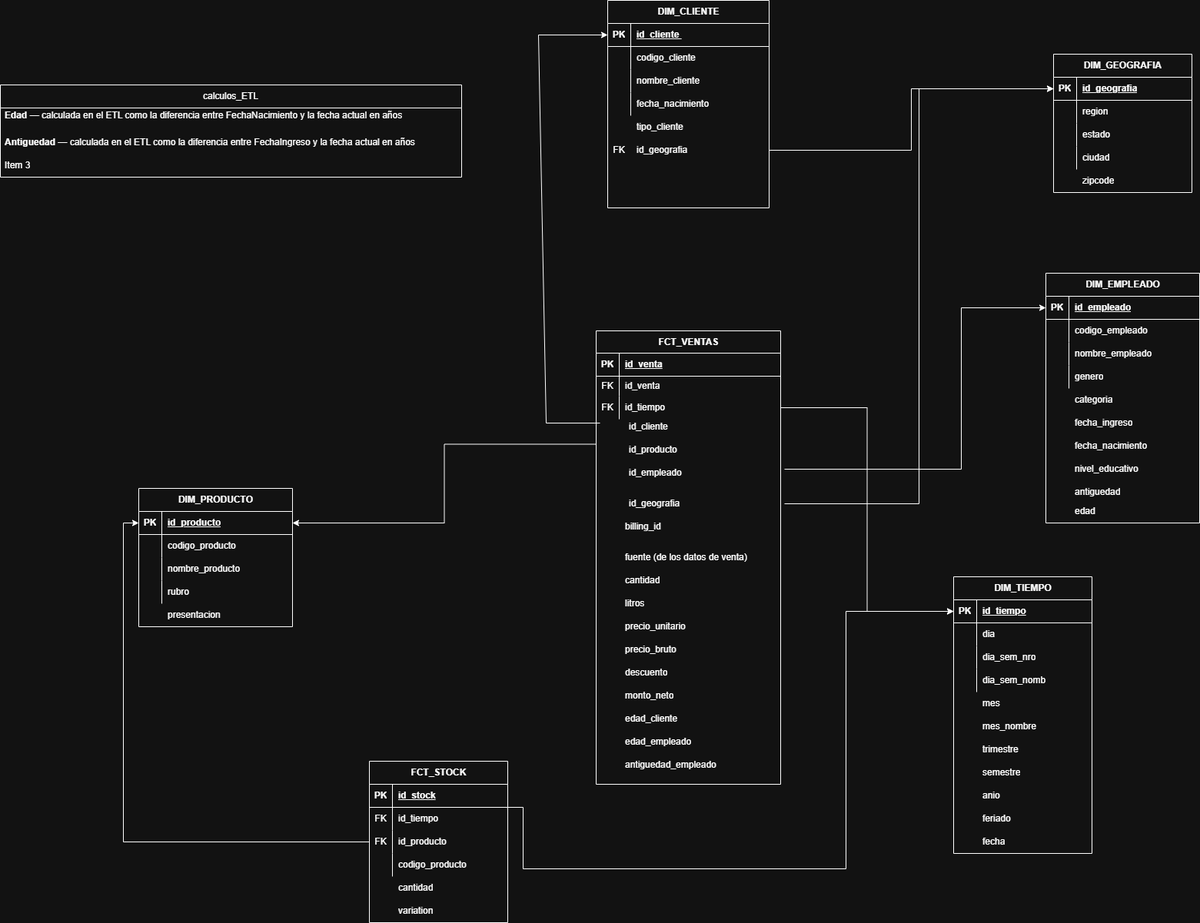
Before: TP/TP_BD2.drawio.png, a diagram exported from draw.io (Ftedp/BBDD2-TUIA). Source tidied: cells renumbered, new cells last; positions are measured from the earlier drawing's top-left corner, leaving out a move shared by most shapes.
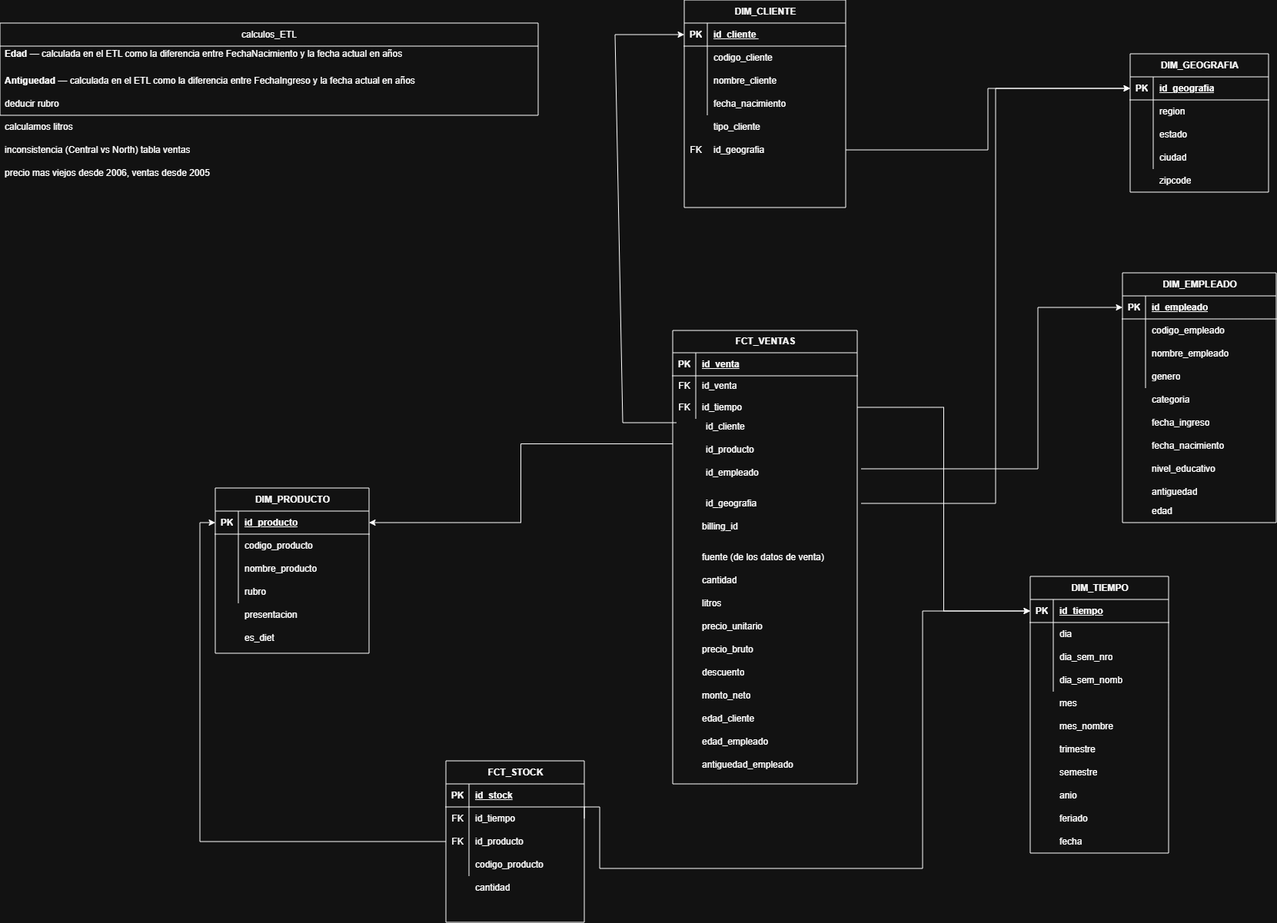
Above is the later version.

The edit, as a diff of the source:
```diff
@@ -153,7 +153,7 @@
       <mxGeometry x="30" width="150" height="30" as="geometry" />
     </mxCell>
     <mxCell id="52" value="DIM_PRODUCTO" style="shape=table;startSize=30;rowLines=0;fontStyle=1;align=center;html=1;" parent="1" vertex="1">
-      <mxGeometry x="180" y="635" width="200" height="180" as="geometry" />
+      <mxGeometry x="180" y="635" width="200" height="215" as="geometry" />
     </mxCell>
     <mxCell id="53" style="shape=tableRow;horizontal=0;startSize=0;swimlaneHead=0;swimlaneBody=0;fillColor=none;points=[[0,0.5],[1,0.5]];portConstraint=eastwest;top=0;left=0;right=0;bottom=1;" parent="52" vertex="1">
       <mxGeometry y="30" width="200" height="30" as="geometry" />
@@ -333,16 +333,16 @@
       <mxGeometry x="1390" y="625" width="170" height="30" as="geometry" />
     </mxCell>
     <mxCell id="112" value="calculos_ETL" style="swimlane;fontStyle=0;horizontal=1;startSize=30;whiteSpace=wrap;html=1;" parent="1" vertex="1">
-      <mxGeometry y="110" width="600" height="120" as="geometry" />
+      <mxGeometry x="-100" y="30" width="700" height="120" as="geometry" />
     </mxCell>
     <mxCell id="113" value="&lt;li class=&quot;whitespace-normal break-words pl-2&quot;&gt;&lt;strong&gt;Edad&lt;/strong&gt; — calculada en el ETL como la diferencia entre FechaNacimiento y la fecha actual en años&lt;/li&gt;&lt;br/&gt;&lt;li class=&quot;whitespace-normal break-words pl-2&quot;&gt;&lt;strong&gt;Antiguedad&lt;/strong&gt; — calculada en el ETL como la diferencia entre FechaIngreso y la fecha actual en años&lt;/li&gt;" style="text;strokeColor=none;fillColor=none;align=left;verticalAlign=middle;spacingLeft=4;spacingRight=4;overflow=hidden;whiteSpace=wrap;html=1;" parent="112" vertex="1">
-      <mxGeometry y="30" width="600" height="30" as="geometry" />
+      <mxGeometry y="30" width="700" height="30" as="geometry" />
     </mxCell>
     <mxCell id="114" value="&lt;strong&gt;Antiguedad&lt;/strong&gt; — calculada en el ETL como la diferencia entre FechaIngreso y la fecha actual en años" style="text;strokeColor=none;fillColor=none;align=left;verticalAlign=middle;spacingLeft=4;spacingRight=4;overflow=hidden;whiteSpace=wrap;html=1;" parent="112" vertex="1">
-      <mxGeometry y="60" width="600" height="30" as="geometry" />
+      <mxGeometry y="60" width="700" height="30" as="geometry" />
     </mxCell>
-    <mxCell id="115" value="Item 3" style="text;strokeColor=none;fillColor=none;align=left;verticalAlign=middle;spacingLeft=4;spacingRight=4;overflow=hidden;whiteSpace=wrap;html=1;" parent="112" vertex="1">
-      <mxGeometry y="90" width="600" height="30" as="geometry" />
+    <mxCell id="115" value="deducir rubro" style="text;strokeColor=none;fillColor=none;align=left;verticalAlign=middle;spacingLeft=4;spacingRight=4;overflow=hidden;whiteSpace=wrap;html=1;" parent="112" vertex="1">
+      <mxGeometry y="90" width="700" height="30" as="geometry" />
     </mxCell>
     <mxCell id="116" style="shape=tableRow;horizontal=0;startSize=0;swimlaneHead=0;swimlaneBody=0;fillColor=none;top=0;left=0;right=0;bottom=0;" parent="1" vertex="1">
       <mxGeometry x="810" y="510" width="240" height="30" as="geometry" />
@@ -376,9 +376,6 @@
         </Array>
       </mxGeometry>
     </mxCell>
-    <mxCell id="124" value="cantidad" style="shape=partialRectangle;fillColor=none;top=0;left=0;bottom=0;right=0;align=left;spacingLeft=6;overflow=hidden;whiteSpace=wrap;html=1;" parent="1" vertex="1">
-      <mxGeometry x="510" y="1140" width="150" height="30" as="geometry" />
-    </mxCell>
     <mxCell id="125" style="edgeStyle=orthogonalEdgeStyle;rounded=0;jettySize=auto;html=1;exitX=1;exitY=0.5;exitDx=0;exitDy=0;entryX=0;entryY=0.5;entryDx=0;entryDy=0;" parent="1" edge="1" source="126" target="40">
       <mxGeometry relative="1" as="geometry" />
     </mxCell>
@@ -448,11 +445,23 @@
         </Array>
       </mxGeometry>
     </mxCell>
-    <mxCell id="144" value="variation" style="shape=partialRectangle;fillColor=none;top=0;left=0;bottom=0;right=0;align=left;spacingLeft=6;overflow=hidden;whiteSpace=wrap;html=1;" parent="1" vertex="1">
-      <mxGeometry x="510" y="1170" width="150" height="30" as="geometry" />
+    <mxCell id="144" value="cantidad" style="shape=partialRectangle;fillColor=none;top=0;left=0;bottom=0;right=0;align=left;spacingLeft=6;overflow=hidden;whiteSpace=wrap;html=1;" parent="1" vertex="1">
+      <mxGeometry x="510" y="1140" width="150" height="30" as="geometry" />
     </mxCell>
     <mxCell id="145" value="edad" style="shape=partialRectangle;fillColor=none;top=0;left=0;bottom=0;right=0;align=left;spacingLeft=6;overflow=hidden;whiteSpace=wrap;html=1;" parent="1" vertex="1">
       <mxGeometry x="1390" y="650" width="170" height="30" as="geometry" />
     </mxCell>
+    <mxCell id="146" value="calculamos litros" style="text;strokeColor=none;fillColor=none;align=left;verticalAlign=middle;spacingLeft=4;spacingRight=4;overflow=hidden;whiteSpace=wrap;html=1;" parent="1" vertex="1">
+      <mxGeometry x="-100" y="150" width="700" height="30" as="geometry" />
+    </mxCell>
+    <mxCell id="147" value="&lt;div&gt;es_diet&lt;/div&gt;" style="shape=partialRectangle;fillColor=none;top=0;left=0;bottom=0;right=0;align=left;spacingLeft=6;overflow=hidden;whiteSpace=wrap;html=1;" parent="1" vertex="1">
+      <mxGeometry x="210" y="815" width="170" height="30" as="geometry" />
+    </mxCell>
+    <mxCell id="148" value="inconsistencia (Central vs North) tabla ventas" style="text;strokeColor=none;fillColor=none;align=left;verticalAlign=middle;spacingLeft=4;spacingRight=4;overflow=hidden;whiteSpace=wrap;html=1;" parent="1" vertex="1">
+      <mxGeometry x="-100" y="180" width="700" height="30" as="geometry" />
+    </mxCell>
+    <mxCell id="149" value="precio mas viejos desde 2006, ventas desde 2005" style="text;strokeColor=none;fillColor=none;align=left;verticalAlign=middle;spacingLeft=4;spacingRight=4;overflow=hidden;whiteSpace=wrap;html=1;" parent="1" vertex="1">
+      <mxGeometry x="-100" y="210" width="700" height="30" as="geometry" />
+    </mxCell>
   </root>
 </mxGraphModel>
```
